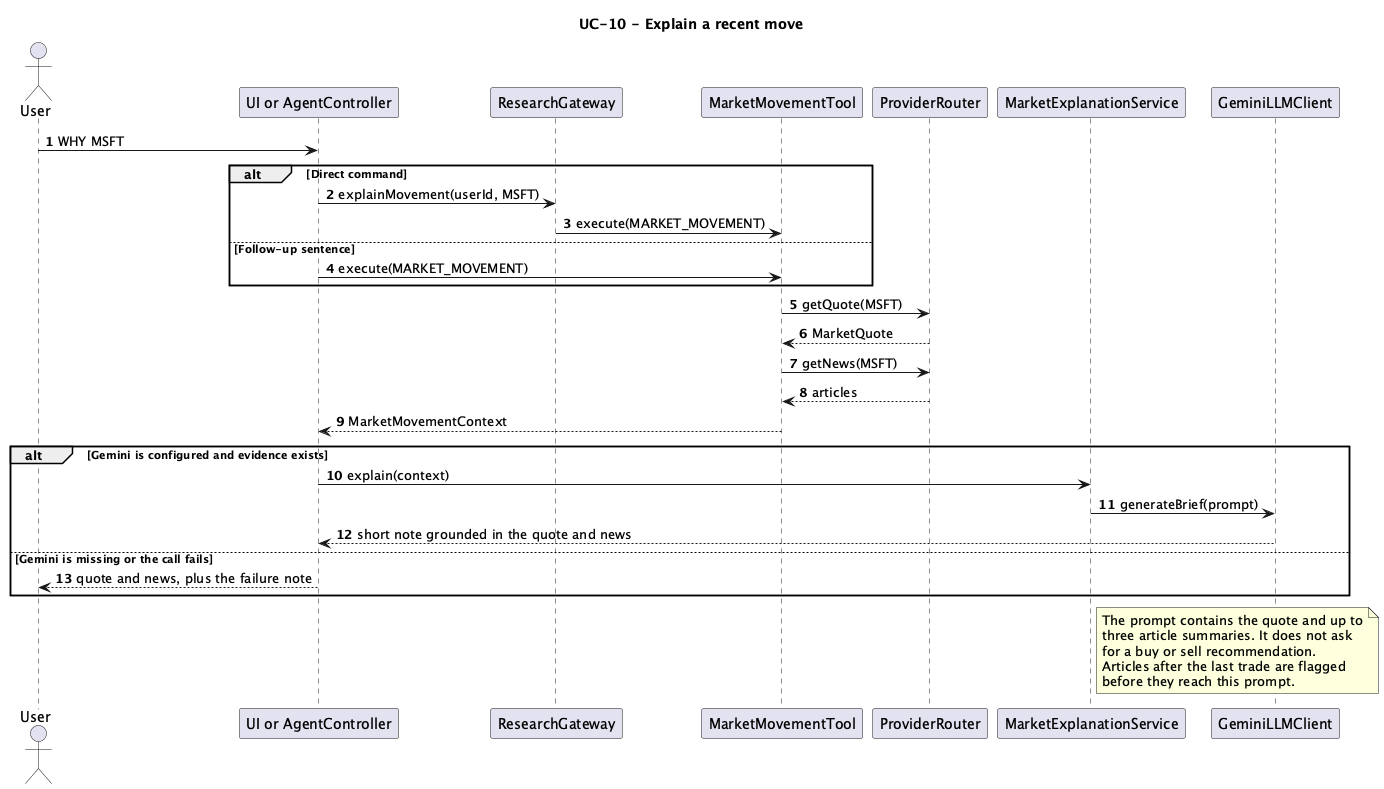
This is docs/uml/rendered/sequence-market-movement.png from xAssasinSoulx/market-intelligence-agent, a PlantUML export, as it was before one commit. Its diagram source:
```plantuml
@startuml
title UC-10 - Explain a recent move

autonumber

actor User
participant "UI or AgentController" as Entry
participant ResearchGateway
participant MarketMovementTool
participant ProviderRouter
participant MarketExplanationService
participant GeminiLLMClient

User -> Entry : WHY MSFT
alt Direct command
    Entry -> ResearchGateway : explainMovement(userId, MSFT)
    ResearchGateway -> MarketMovementTool : execute(MARKET_MOVEMENT)
else Follow-up sentence
    Entry -> MarketMovementTool : execute(MARKET_MOVEMENT)
end

MarketMovementTool -> ProviderRouter : getQuote(MSFT)
ProviderRouter --> MarketMovementTool : MarketQuote
MarketMovementTool -> ProviderRouter : getNews(MSFT)
ProviderRouter --> MarketMovementTool : articles
MarketMovementTool --> Entry : MarketMovementContext

alt Gemini is configured and evidence exists
    Entry -> MarketExplanationService : explain(context)
    MarketExplanationService -> GeminiLLMClient : generateBrief(prompt)
    GeminiLLMClient --> Entry : short note grounded in the quote and news
else Gemini is missing or the call fails
    Entry --> User : quote and news, plus the failure note
end

note right of MarketExplanationService
  The prompt contains the quote and up to
  three article summaries. It does not ask
  for a buy or sell recommendation.
  Articles after the last trade are flagged
  before they reach this prompt.
end note

@enduml
```
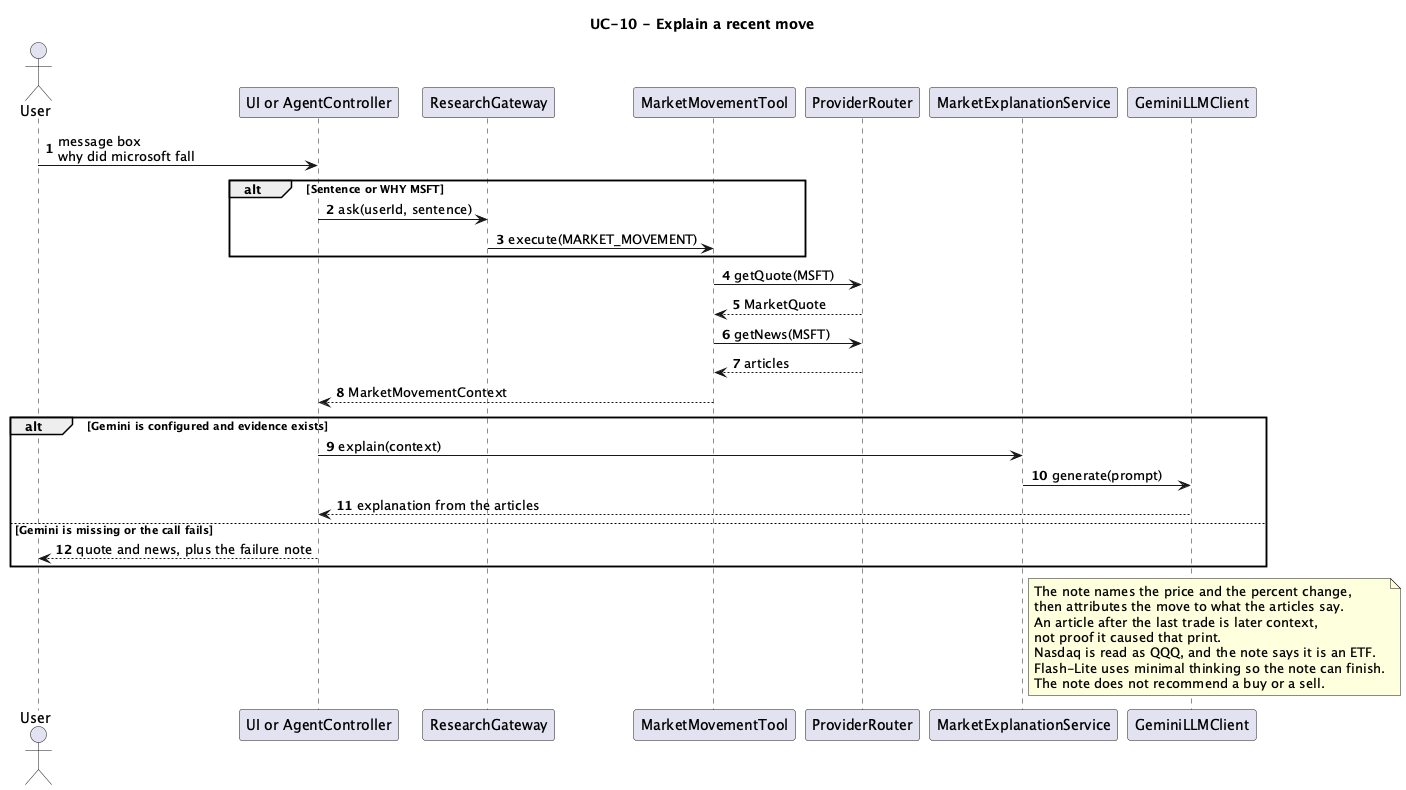
After the change.

Diff of the diagram source:
```diff
@@ -11,12 +11,10 @@
 participant MarketExplanationService
 participant GeminiLLMClient
 
-User -> Entry : WHY MSFT
-alt Direct command
-    Entry -> ResearchGateway : explainMovement(userId, MSFT)
+User -> Entry : message box\nwhy did microsoft fall
+alt Sentence or WHY MSFT
+    Entry -> ResearchGateway : ask(userId, sentence)
     ResearchGateway -> MarketMovementTool : execute(MARKET_MOVEMENT)
-else Follow-up sentence
-    Entry -> MarketMovementTool : execute(MARKET_MOVEMENT)
 end
 
 MarketMovementTool -> ProviderRouter : getQuote(MSFT)
@@ -27,18 +25,20 @@
 
 alt Gemini is configured and evidence exists
     Entry -> MarketExplanationService : explain(context)
-    MarketExplanationService -> GeminiLLMClient : generateBrief(prompt)
-    GeminiLLMClient --> Entry : short note grounded in the quote and news
+    MarketExplanationService -> GeminiLLMClient : generate(prompt)
+    GeminiLLMClient --> Entry : explanation from the articles
 else Gemini is missing or the call fails
     Entry --> User : quote and news, plus the failure note
 end
 
 note right of MarketExplanationService
-  The prompt contains the quote and up to
-  three article summaries. It does not ask
-  for a buy or sell recommendation.
-  Articles after the last trade are flagged
-  before they reach this prompt.
+  The note names the price and the percent change,
+  then attributes the move to what the articles say.
+  An article after the last trade is later context,
+  not proof it caused that print.
+  Nasdaq is read as QQQ, and the note says it is an ETF.
+  Flash-Lite uses minimal thinking so the note can finish.
+  The note does not recommend a buy or a sell.
 end note
 
 @enduml
```
